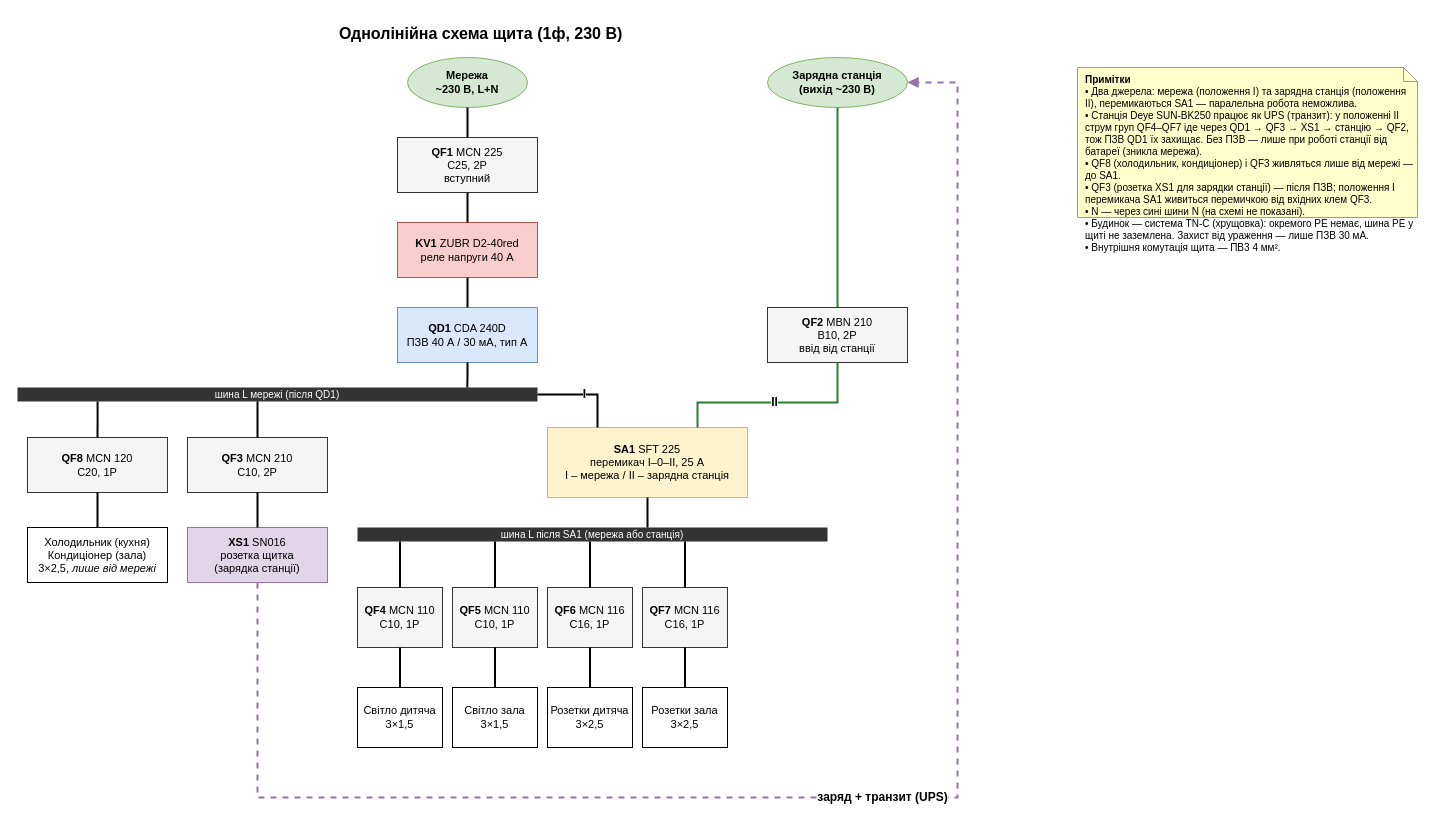
Before: page "Однолінійна схема" (1 of 4) of electrical-panel/shchyt.drawio in bagbkaf1n/Claude, a draw.io diagram. Source tidied: cells renumbered, new cells numbered last; positions are measured from the earlier drawing's top-left corner, leaving out a move shared by most shapes. Both pictures are drawn from the tidied source at 100%, with x=0, y=0 at pixel (17, 17).
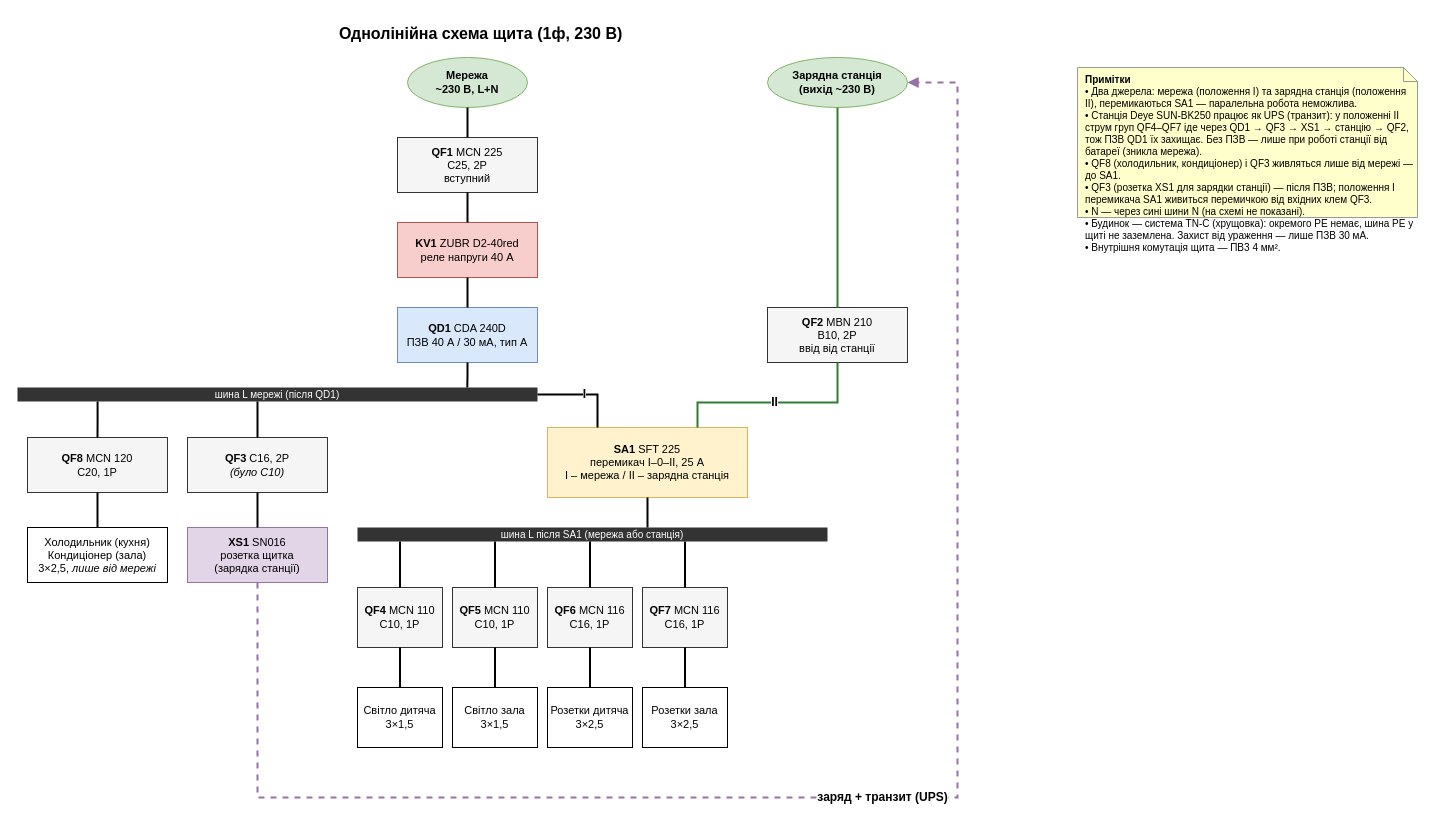
The same page after the edit.

Change to the diagram source:
```diff
@@
-    <mxCell id="18" value="&lt;b&gt;QF3&lt;/b&gt; MCN 210&lt;br&gt;C10, 2P" style="rounded=0;whiteSpace=wrap;html=1;fontSize=11;fontColor=#000000;fillColor=#f5f5f5;strokeColor=#333333;" parent="1" vertex="1">
+    <mxCell id="18" value="&lt;b&gt;QF3&lt;/b&gt; C16, 2P&lt;br&gt;&lt;i&gt;(було C10)&lt;/i&gt;" style="rounded=0;whiteSpace=wrap;html=1;fontSize=11;fontColor=#000000;fillColor=#f5f5f5;strokeColor=#333333;" parent="1" vertex="1">
       <mxGeometry x="170" y="420" width="140" height="55" as="geometry" />
     </mxCell>
```
